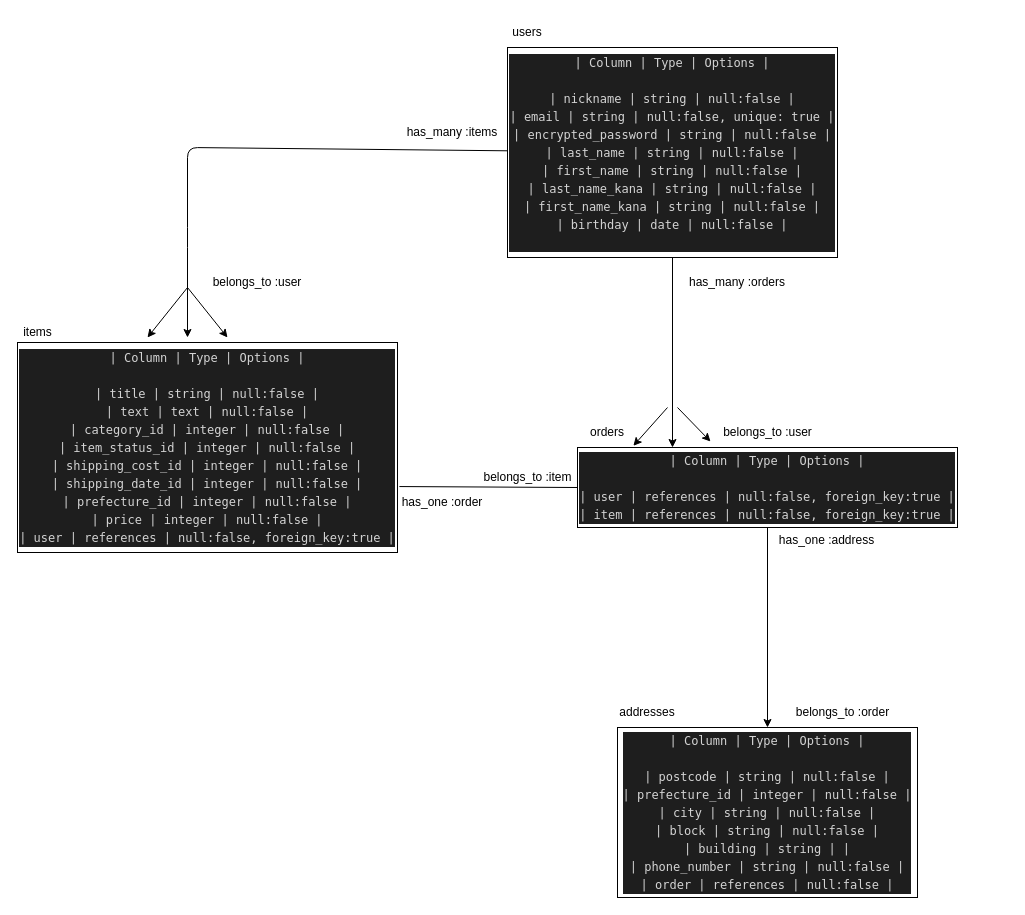
This is ER.dio from rxi4/furima2-38037, a draw.io file, before an edit. Source tidied: cells renumbered, new cells numbered last; positions are measured from the earlier drawing's top-left corner, leaving out a move shared by most shapes. Both pictures are drawn from the tidied source at 100%, with x=0, y=0 at pixel (17, 17).
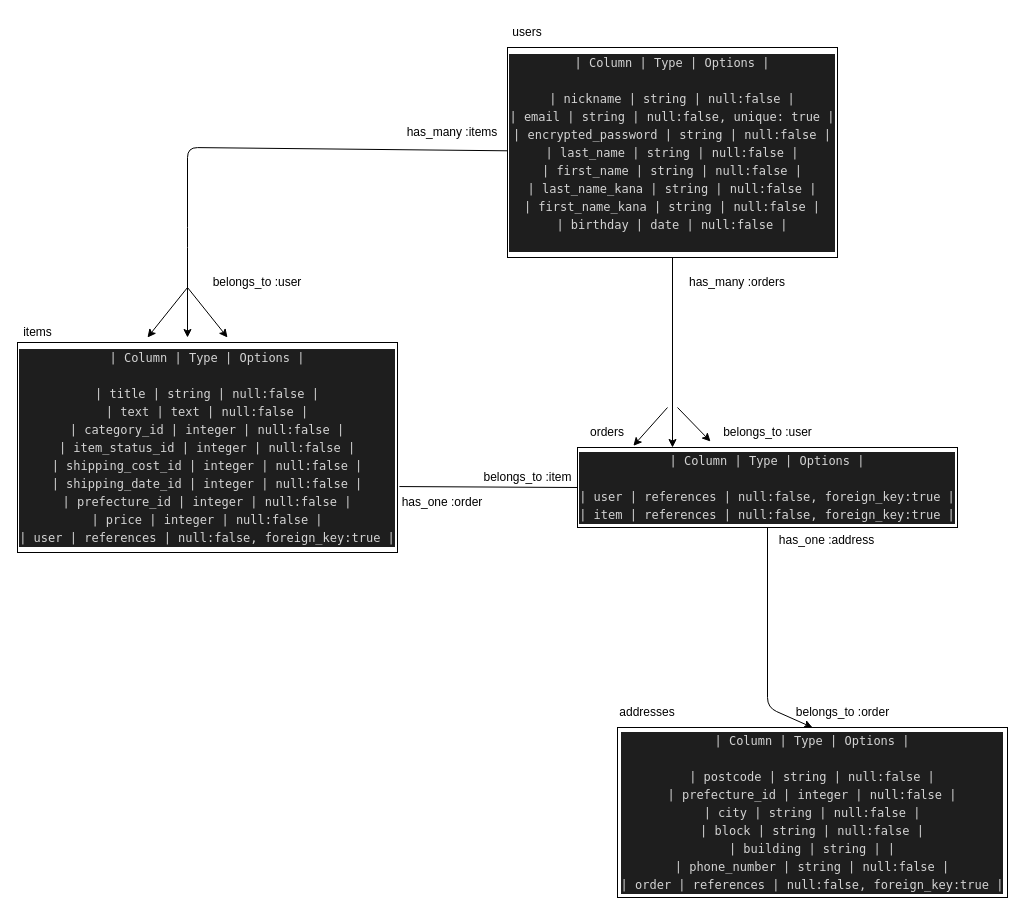
Above is the later version.

Unchanged cells that the change refers to:
```xml
<mxCell id="11" value="&lt;div style=&quot;color: rgb(212 , 212 , 212) ; background-color: rgb(30 , 30 , 30) ; font-family: &amp;#34;menlo&amp;#34; , &amp;#34;monaco&amp;#34; , &amp;#34;courier new&amp;#34; , monospace ; line-height: 18px&quot;&gt;&lt;div&gt;| Column | Type            | Options               |&lt;/div&gt;&lt;br&gt;&lt;div&gt;| user | references | null:false, foreign_key:true |&lt;/div&gt;&lt;div&gt;| item | references | null:false, foreign_key:true |&lt;/div&gt;&lt;/div&gt;" style="rounded=0;whiteSpace=wrap;html=1;" parent="1" vertex="1">
  <mxGeometry x="560" y="430" width="380" height="80" as="geometry" />
</mxCell>
```

Diff of the diagram source:
```diff
@@
     <mxCell id="10" style="edgeStyle=none;html=1;entryX=0.5;entryY=0;entryDx=0;entryDy=0;" parent="1" edge="1" source="11" target="15">
-      <mxGeometry relative="1" as="geometry" />
+      <mxGeometry relative="1" as="geometry">
+        <Array as="points">
+          <mxPoint x="750" y="690" />
+        </Array>
+      </mxGeometry>
     </mxCell>
@@
-    <mxCell id="15" value="&lt;div style=&quot;color: rgb(212 , 212 , 212) ; background-color: rgb(30 , 30 , 30) ; font-family: &amp;#34;menlo&amp;#34; , &amp;#34;monaco&amp;#34; , &amp;#34;courier new&amp;#34; , monospace ; line-height: 18px&quot;&gt;&lt;div&gt;| Column | Type            | Options               |&lt;/div&gt;&lt;br&gt;&lt;div&gt;| postcode | string | null:false |&lt;/div&gt;&lt;div&gt;| prefecture_id | integer | null:false |&lt;/div&gt;&lt;div&gt;| city | string | null:false |&lt;/div&gt;&lt;div&gt;| block | string | null:false |&lt;/div&gt;&lt;div&gt;| building | string |         |&lt;/div&gt;&lt;div&gt;| phone_number | string | null:false |&lt;/div&gt;&lt;div&gt;| order | references | null:false |&lt;/div&gt;&lt;/div&gt;" style="rounded=0;whiteSpace=wrap;html=1;" parent="1" vertex="1">
-      <mxGeometry x="600" y="710" width="300" height="170" as="geometry" />
+    <mxCell id="15" value="&lt;div style=&quot;color: rgb(212 , 212 , 212) ; background-color: rgb(30 , 30 , 30) ; font-family: &amp;#34;menlo&amp;#34; , &amp;#34;monaco&amp;#34; , &amp;#34;courier new&amp;#34; , monospace ; line-height: 18px&quot;&gt;&lt;div&gt;| Column | Type            | Options               |&lt;/div&gt;&lt;br&gt;&lt;div&gt;| postcode | string | null:false |&lt;/div&gt;&lt;div&gt;| prefecture_id | integer | null:false |&lt;/div&gt;&lt;div&gt;| city | string | null:false |&lt;/div&gt;&lt;div&gt;| block | string | null:false |&lt;/div&gt;&lt;div&gt;| building | string |         |&lt;/div&gt;&lt;div&gt;| phone_number | string | null:false |&lt;/div&gt;&lt;div&gt;| order | references | null:false, foreign_key:true |&lt;/div&gt;&lt;/div&gt;" style="rounded=0;whiteSpace=wrap;html=1;" parent="1" vertex="1">
+      <mxGeometry x="600" y="710" width="390" height="170" as="geometry" />
     </mxCell>
```
